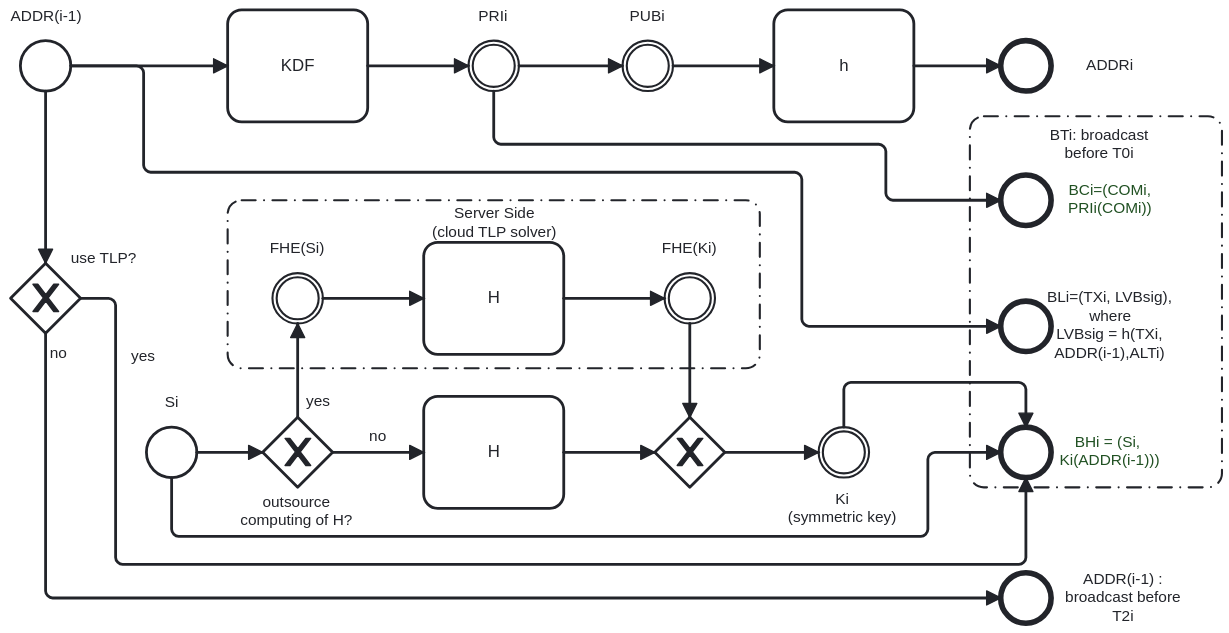
The BPMN diagram docs/keys_diagram.svg in Yuri-SVB/LVBsig, before a commit. Its source is kept beside it as docs/keys_diagram.bpmn. Ids are renumbered.
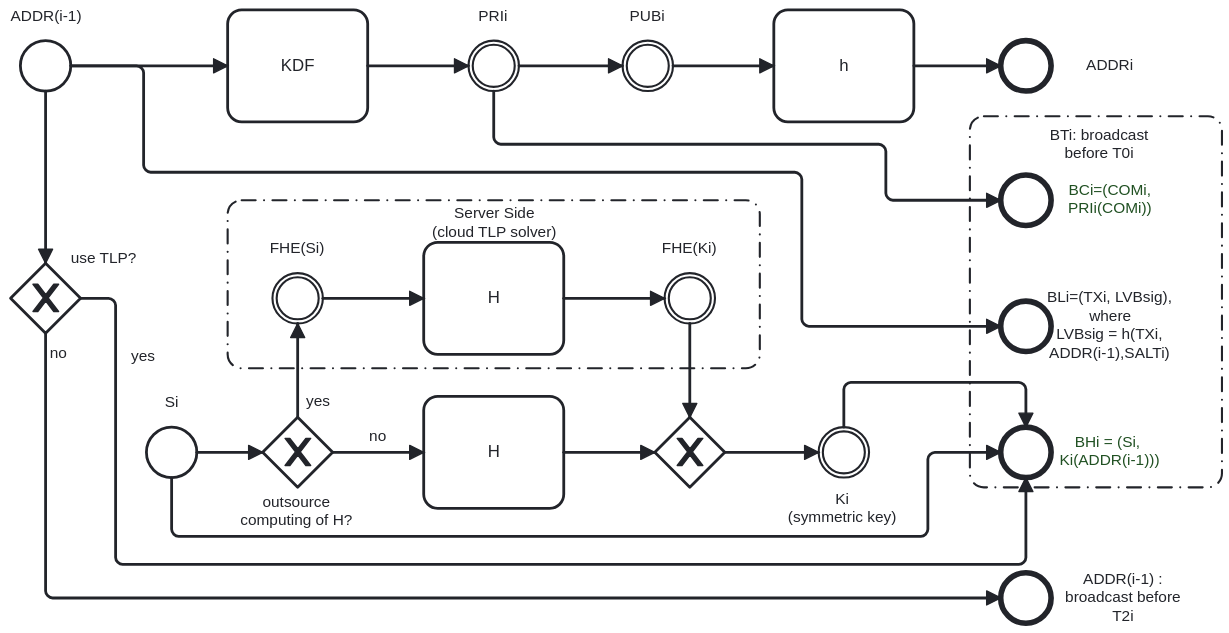
The same file after the commit.

What changed in the source:
```diff
@@ -71,7 +71,7 @@
       <bpmn:incoming>Flow_n11</bpmn:incoming>
     </bpmn:endEvent>
     <bpmn:sequenceFlow id="Flow_n11" sourceRef="Event_n9" targetRef="Event_n35" />
-    <bpmn:endEvent id="Event_n36" name="BLi=(TXi, LVBsig),      where&#10;LVBsig = h(TXi, ADDR(i-1),ALTi)">
+    <bpmn:endEvent id="Event_n36" name="BLi=(TXi, LVBsig),      where&#10;LVBsig = h(TXi, ADDR(i-1),SALTi)">
       <bpmn:incoming>Flow_n5</bpmn:incoming>
     </bpmn:endEvent>
     <bpmn:task id="Activity_n37" name="h">
```
